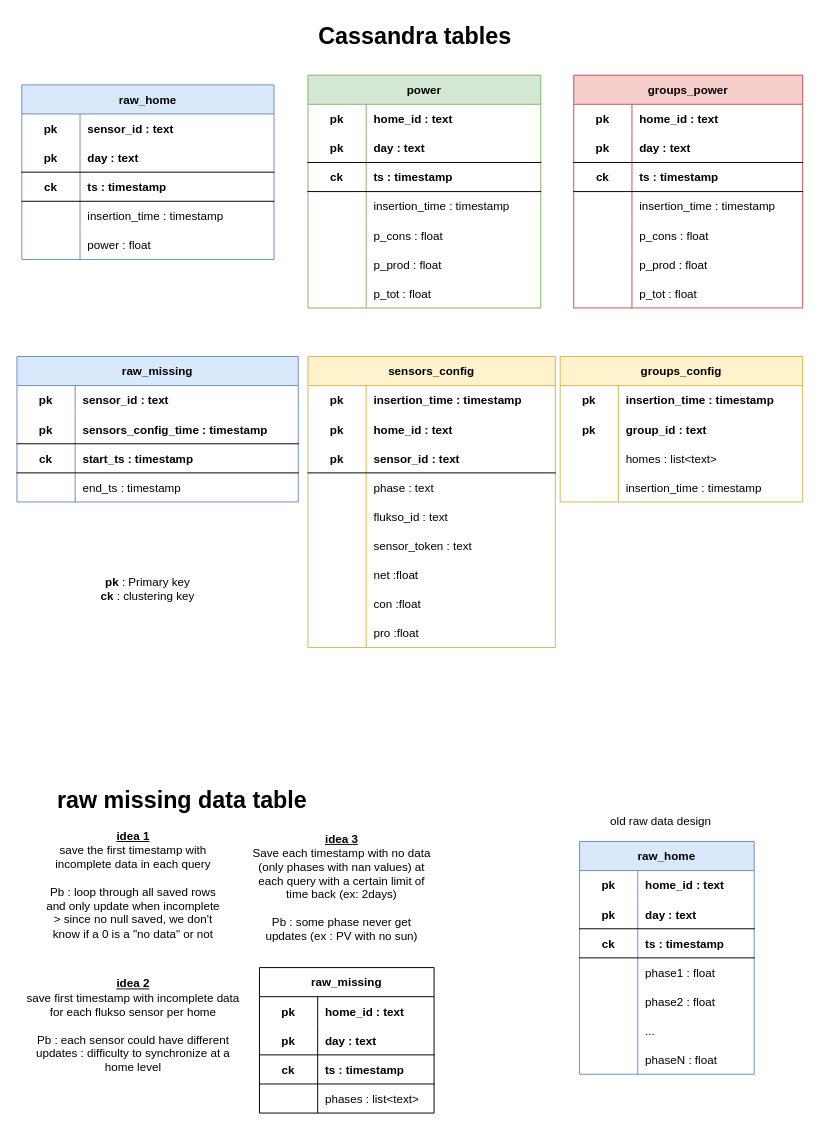
This is page "cassandra tables" (1 of 11) of documentation/documentation_diagrams.drawio from AlexandreHnf/Voisin-d-energie-ULB, a draw.io file, before an edit. Source tidied: cells renumbered, new cells numbered last; positions are measured from the earlier drawing's top-left corner, leaving out a move shared by most shapes. Both pictures are drawn from the tidied source at 97%, with x=0, y=0 at pixel (16, 16).
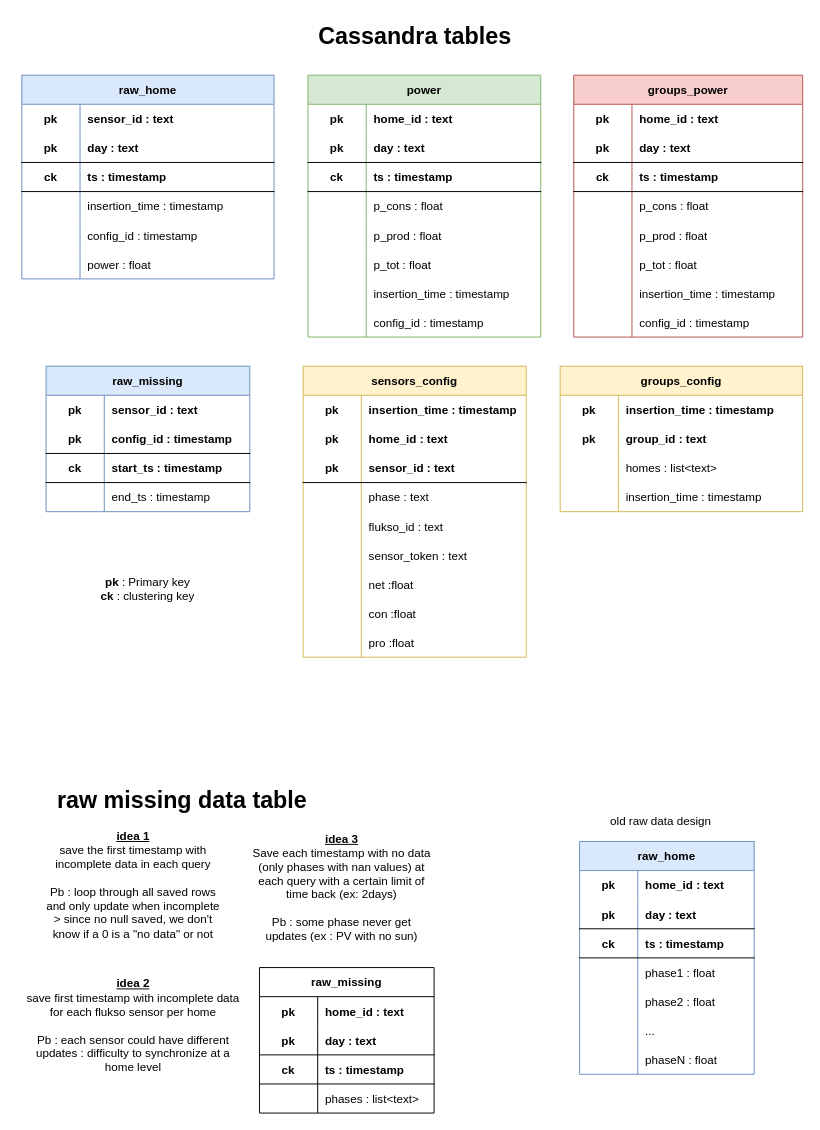
After the change.

Diff of the diagram source:
```diff
@@
     <mxCell id="24" value="power" style="shape=table;startSize=30;childLayout=tableLayout;rowLines=0;fontStyle=1;align=center;fillColor=#d5e8d4;strokeColor=#82b366;" parent="1" vertex="1">
-      <mxGeometry x="300" y="60" width="240" height="240" as="geometry" />
+      <mxGeometry x="300" y="60" width="240" height="270" as="geometry" />
     </mxCell>
@@
-    <mxCell id="34" style="shape=tableRow;horizontal=0;startSize=0;swimlaneHead=0;swimlaneBody=0;fillColor=none;top=0;left=0;right=0;bottom=0;" parent="24" vertex="1">
-      <mxGeometry y="120" width="240" height="30" as="geometry" />
-    </mxCell>
-    <mxCell id="35" style="shape=partialRectangle;fillColor=none;top=0;left=0;bottom=0;right=0;overflow=hidden;" parent="34" vertex="1">
-      <mxGeometry width="60" height="30" as="geometry" />
-    </mxCell>
-    <mxCell id="36" value="insertion_time : timestamp" style="shape=partialRectangle;fillColor=none;top=0;left=0;bottom=0;right=0;align=left;spacingLeft=6;overflow=hidden;" parent="34" vertex="1">
-      <mxGeometry x="60" width="180" height="30" as="geometry" />
-    </mxCell>
     <mxCell id="37" style="shape=tableRow;horizontal=0;startSize=0;swimlaneHead=0;swimlaneBody=0;fillColor=none;top=0;left=0;right=0;bottom=0;" parent="24" vertex="1">
-      <mxGeometry y="150" width="240" height="30" as="geometry" />
+      <mxGeometry y="120" width="240" height="30" as="geometry" />
     </mxCell>
@@
     <mxCell id="40" style="shape=tableRow;horizontal=0;startSize=0;swimlaneHead=0;swimlaneBody=0;fillColor=none;top=0;left=0;right=0;bottom=0;" parent="24" vertex="1">
-      <mxGeometry y="180" width="240" height="30" as="geometry" />
+      <mxGeometry y="150" width="240" height="30" as="geometry" />
     </mxCell>
@@
     <mxCell id="43" style="shape=tableRow;horizontal=0;startSize=0;swimlaneHead=0;swimlaneBody=0;fillColor=none;top=0;left=0;right=0;bottom=0;" parent="24" vertex="1">
-      <mxGeometry y="210" width="240" height="30" as="geometry" />
+      <mxGeometry y="180" width="240" height="30" as="geometry" />
     </mxCell>
@@
+    <mxCell id="34" style="shape=tableRow;horizontal=0;startSize=0;swimlaneHead=0;swimlaneBody=0;fillColor=none;top=0;left=0;right=0;bottom=0;" parent="24" vertex="1">
+      <mxGeometry y="210" width="240" height="30" as="geometry" />
+    </mxCell>
+    <mxCell id="35" style="shape=partialRectangle;fillColor=none;top=0;left=0;bottom=0;right=0;overflow=hidden;" parent="34" vertex="1">
+      <mxGeometry width="60" height="30" as="geometry" />
+    </mxCell>
+    <mxCell id="36" value="insertion_time : timestamp" style="shape=partialRectangle;fillColor=none;top=0;left=0;bottom=0;right=0;align=left;spacingLeft=6;overflow=hidden;" parent="34" vertex="1">
+      <mxGeometry x="60" width="180" height="30" as="geometry" />
+    </mxCell>
+    <mxCell id="158" style="shape=tableRow;horizontal=0;startSize=0;swimlaneHead=0;swimlaneBody=0;fillColor=none;top=0;left=0;right=0;bottom=0;" parent="24" vertex="1">
+      <mxGeometry y="240" width="240" height="30" as="geometry" />
+    </mxCell>
+    <mxCell id="159" style="shape=partialRectangle;fillColor=none;top=0;left=0;bottom=0;right=0;overflow=hidden;" parent="158" vertex="1">
+      <mxGeometry width="60" height="30" as="geometry" />
+    </mxCell>
+    <mxCell id="160" value="config_id : timestamp" style="shape=partialRectangle;fillColor=none;top=0;left=0;bottom=0;right=0;align=left;spacingLeft=6;overflow=hidden;" parent="158" vertex="1">
+      <mxGeometry x="60" width="180" height="30" as="geometry" />
+    </mxCell>
     <mxCell id="46" value="groups_power" style="shape=table;startSize=30;childLayout=tableLayout;rowLines=0;fontStyle=1;align=center;fillColor=#f8cecc;strokeColor=#b85450;" parent="1" vertex="1">
-      <mxGeometry x="574" y="60" width="236" height="240" as="geometry" />
+      <mxGeometry x="574" y="60" width="236" height="270" as="geometry" />
     </mxCell>
@@
-    <mxCell id="56" style="shape=tableRow;horizontal=0;startSize=0;swimlaneHead=0;swimlaneBody=0;fillColor=none;top=0;left=0;right=0;bottom=0;" parent="46" vertex="1">
-      <mxGeometry y="120" width="236" height="30" as="geometry" />
-    </mxCell>
-    <mxCell id="57" style="shape=partialRectangle;fillColor=none;top=0;left=0;bottom=0;right=0;overflow=hidden;" parent="56" vertex="1">
-      <mxGeometry width="60" height="30" as="geometry" />
-    </mxCell>
-    <mxCell id="58" value="insertion_time : timestamp" style="shape=partialRectangle;fillColor=none;top=0;left=0;bottom=0;right=0;align=left;spacingLeft=6;overflow=hidden;" parent="56" vertex="1">
-      <mxGeometry x="60" width="176" height="30" as="geometry" />
-    </mxCell>
     <mxCell id="59" style="shape=tableRow;horizontal=0;startSize=0;swimlaneHead=0;swimlaneBody=0;fillColor=none;top=0;left=0;right=0;bottom=0;" parent="46" vertex="1">
-      <mxGeometry y="150" width="236" height="30" as="geometry" />
+      <mxGeometry y="120" width="236" height="30" as="geometry" />
     </mxCell>
@@
     <mxCell id="62" style="shape=tableRow;horizontal=0;startSize=0;swimlaneHead=0;swimlaneBody=0;fillColor=none;top=0;left=0;right=0;bottom=0;" parent="46" vertex="1">
-      <mxGeometry y="180" width="236" height="30" as="geometry" />
+      <mxGeometry y="150" width="236" height="30" as="geometry" />
     </mxCell>
@@
     <mxCell id="65" style="shape=tableRow;horizontal=0;startSize=0;swimlaneHead=0;swimlaneBody=0;fillColor=none;top=0;left=0;right=0;bottom=0;" parent="46" vertex="1">
-      <mxGeometry y="210" width="236" height="30" as="geometry" />
+      <mxGeometry y="180" width="236" height="30" as="geometry" />
     </mxCell>
@@
+    <mxCell id="56" style="shape=tableRow;horizontal=0;startSize=0;swimlaneHead=0;swimlaneBody=0;fillColor=none;top=0;left=0;right=0;bottom=0;" parent="46" vertex="1">
+      <mxGeometry y="210" width="236" height="30" as="geometry" />
+    </mxCell>
+    <mxCell id="57" style="shape=partialRectangle;fillColor=none;top=0;left=0;bottom=0;right=0;overflow=hidden;" parent="56" vertex="1">
+      <mxGeometry width="60" height="30" as="geometry" />
+    </mxCell>
+    <mxCell id="58" value="insertion_time : timestamp" style="shape=partialRectangle;fillColor=none;top=0;left=0;bottom=0;right=0;align=left;spacingLeft=6;overflow=hidden;" parent="56" vertex="1">
+      <mxGeometry x="60" width="176" height="30" as="geometry" />
+    </mxCell>
+    <mxCell id="161" style="shape=tableRow;horizontal=0;startSize=0;swimlaneHead=0;swimlaneBody=0;fillColor=none;top=0;left=0;right=0;bottom=0;" parent="46" vertex="1">
+      <mxGeometry y="240" width="236" height="30" as="geometry" />
+    </mxCell>
+    <mxCell id="162" style="shape=partialRectangle;fillColor=none;top=0;left=0;bottom=0;right=0;overflow=hidden;" parent="161" vertex="1">
+      <mxGeometry width="60" height="30" as="geometry" />
+    </mxCell>
+    <mxCell id="163" value="config_id : timestamp" style="shape=partialRectangle;fillColor=none;top=0;left=0;bottom=0;right=0;align=left;spacingLeft=6;overflow=hidden;" parent="161" vertex="1">
+      <mxGeometry x="60" width="176" height="30" as="geometry" />
+    </mxCell>
@@
     <mxCell id="86" value="sensors_config" style="shape=table;startSize=30;childLayout=tableLayout;rowLines=0;fontStyle=1;align=center;fillColor=#fff2cc;strokeColor=#d6b656;" parent="1" vertex="1">
-      <mxGeometry x="300" y="350" width="255" height="300" as="geometry" />
+      <mxGeometry x="295" y="360" width="230" height="300" as="geometry" />
     </mxCell>
     <mxCell id="87" style="shape=tableRow;horizontal=0;startSize=0;swimlaneHead=0;swimlaneBody=0;fillColor=none;top=0;left=0;right=0;bottom=0;" parent="86" vertex="1">
-      <mxGeometry y="30" width="255" height="30" as="geometry" />
+      <mxGeometry y="30" width="230" height="30" as="geometry" />
     </mxCell>
@@
     <mxCell id="89" value="insertion_time : timestamp" style="shape=partialRectangle;fillColor=none;top=0;left=0;bottom=0;right=0;align=left;spacingLeft=6;fontStyle=1;overflow=hidden;" parent="87" vertex="1">
-      <mxGeometry x="60" width="195" height="30" as="geometry" />
+      <mxGeometry x="60" width="170" height="30" as="geometry" />
     </mxCell>
     <mxCell id="90" style="shape=tableRow;horizontal=0;startSize=0;swimlaneHead=0;swimlaneBody=0;fillColor=none;top=0;left=0;right=0;bottom=0;" parent="86" vertex="1">
-      <mxGeometry y="60" width="255" height="30" as="geometry" />
+      <mxGeometry y="60" width="230" height="30" as="geometry" />
     </mxCell>
@@
     <mxCell id="92" value="home_id : text" style="shape=partialRectangle;fillColor=none;top=0;left=0;bottom=0;right=0;align=left;spacingLeft=6;fontStyle=1;overflow=hidden;" parent="90" vertex="1">
-      <mxGeometry x="60" width="195" height="30" as="geometry" />
+      <mxGeometry x="60" width="170" height="30" as="geometry" />
     </mxCell>
     <mxCell id="93" style="shape=tableRow;horizontal=0;startSize=0;swimlaneHead=0;swimlaneBody=0;fillColor=none;top=0;left=0;right=0;bottom=1;" parent="86" vertex="1">
-      <mxGeometry y="90" width="255" height="30" as="geometry" />
+      <mxGeometry y="90" width="230" height="30" as="geometry" />
     </mxCell>
@@
     <mxCell id="95" value="sensor_id : text" style="shape=partialRectangle;fillColor=none;top=0;left=0;bottom=0;right=0;align=left;spacingLeft=6;fontStyle=1;overflow=hidden;" parent="93" vertex="1">
-      <mxGeometry x="60" width="195" height="30" as="geometry" />
+      <mxGeometry x="60" width="170" height="30" as="geometry" />
     </mxCell>
     <mxCell id="96" style="shape=tableRow;horizontal=0;startSize=0;swimlaneHead=0;swimlaneBody=0;fillColor=none;top=0;left=0;right=0;bottom=0;" parent="86" vertex="1">
-      <mxGeometry y="120" width="255" height="30" as="geometry" />
+      <mxGeometry y="120" width="230" height="30" as="geometry" />
     </mxCell>
@@
     <mxCell id="98" value="phase : text" style="shape=partialRectangle;fillColor=none;top=0;left=0;bottom=0;right=0;align=left;spacingLeft=6;overflow=hidden;" parent="96" vertex="1">
-      <mxGeometry x="60" width="195" height="30" as="geometry" />
+      <mxGeometry x="60" width="170" height="30" as="geometry" />
     </mxCell>
     <mxCell id="99" style="shape=tableRow;horizontal=0;startSize=0;swimlaneHead=0;swimlaneBody=0;fillColor=none;top=0;left=0;right=0;bottom=0;" parent="86" vertex="1">
-      <mxGeometry y="150" width="255" height="30" as="geometry" />
+      <mxGeometry y="150" width="230" height="30" as="geometry" />
     </mxCell>
@@
     <mxCell id="101" value="flukso_id : text" style="shape=partialRectangle;fillColor=none;top=0;left=0;bottom=0;right=0;align=left;spacingLeft=6;overflow=hidden;" parent="99" vertex="1">
-      <mxGeometry x="60" width="195" height="30" as="geometry" />
+      <mxGeometry x="60" width="170" height="30" as="geometry" />
     </mxCell>
     <mxCell id="102" style="shape=tableRow;horizontal=0;startSize=0;swimlaneHead=0;swimlaneBody=0;fillColor=none;top=0;left=0;right=0;bottom=0;" parent="86" vertex="1">
-      <mxGeometry y="180" width="255" height="30" as="geometry" />
+      <mxGeometry y="180" width="230" height="30" as="geometry" />
     </mxCell>
@@
     <mxCell id="104" value="sensor_token : text" style="shape=partialRectangle;fillColor=none;top=0;left=0;bottom=0;right=0;align=left;spacingLeft=6;overflow=hidden;" parent="102" vertex="1">
-      <mxGeometry x="60" width="195" height="30" as="geometry" />
+      <mxGeometry x="60" width="170" height="30" as="geometry" />
     </mxCell>
     <mxCell id="105" style="shape=tableRow;horizontal=0;startSize=0;swimlaneHead=0;swimlaneBody=0;fillColor=none;top=0;left=0;right=0;bottom=0;" parent="86" vertex="1">
-      <mxGeometry y="210" width="255" height="30" as="geometry" />
+      <mxGeometry y="210" width="230" height="30" as="geometry" />
     </mxCell>
@@
     <mxCell id="107" value="net :float" style="shape=partialRectangle;fillColor=none;top=0;left=0;bottom=0;right=0;align=left;spacingLeft=6;overflow=hidden;" parent="105" vertex="1">
-      <mxGeometry x="60" width="195" height="30" as="geometry" />
+      <mxGeometry x="60" width="170" height="30" as="geometry" />
     </mxCell>
     <mxCell id="108" style="shape=tableRow;horizontal=0;startSize=0;swimlaneHead=0;swimlaneBody=0;fillColor=none;top=0;left=0;right=0;bottom=0;" parent="86" vertex="1">
-      <mxGeometry y="240" width="255" height="30" as="geometry" />
+      <mxGeometry y="240" width="230" height="30" as="geometry" />
     </mxCell>
@@
     <mxCell id="110" value="con :float" style="shape=partialRectangle;fillColor=none;top=0;left=0;bottom=0;right=0;align=left;spacingLeft=6;overflow=hidden;" parent="108" vertex="1">
-      <mxGeometry x="60" width="195" height="30" as="geometry" />
+      <mxGeometry x="60" width="170" height="30" as="geometry" />
     </mxCell>
     <mxCell id="111" style="shape=tableRow;horizontal=0;startSize=0;swimlaneHead=0;swimlaneBody=0;fillColor=none;top=0;left=0;right=0;bottom=0;" parent="86" vertex="1">
-      <mxGeometry y="270" width="255" height="30" as="geometry" />
+      <mxGeometry y="270" width="230" height="30" as="geometry" />
     </mxCell>
@@
     <mxCell id="113" value="pro :float" style="shape=partialRectangle;fillColor=none;top=0;left=0;bottom=0;right=0;align=left;spacingLeft=6;overflow=hidden;" parent="111" vertex="1">
-      <mxGeometry x="60" width="195" height="30" as="geometry" />
+      <mxGeometry x="60" width="170" height="30" as="geometry" />
     </mxCell>
     <mxCell id="114" value="groups_config" style="shape=table;startSize=30;childLayout=tableLayout;rowLines=0;fontStyle=1;align=center;fillColor=#fff2cc;strokeColor=#d6b656;" parent="1" vertex="1">
-      <mxGeometry x="560" y="350" width="250" height="150" as="geometry" />
+      <mxGeometry x="560" y="360" width="250" height="150" as="geometry" />
     </mxCell>
@@
     <mxCell id="128" value="raw_home" style="shape=table;startSize=30;childLayout=tableLayout;rowLines=0;fontStyle=1;align=center;fillColor=#dae8fc;strokeColor=#6c8ebf;" parent="1" vertex="1">
-      <mxGeometry x="5" y="70" width="260" height="180" as="geometry" />
+      <mxGeometry x="5" y="60" width="260" height="210" as="geometry" />
     </mxCell>
@@
+    <mxCell id="164" style="shape=tableRow;horizontal=0;startSize=0;swimlaneHead=0;swimlaneBody=0;fillColor=none;top=0;left=0;right=0;bottom=0;" parent="128" vertex="1">
+      <mxGeometry y="150" width="260" height="30" as="geometry" />
+    </mxCell>
+    <mxCell id="165" style="shape=partialRectangle;fillColor=none;top=0;left=0;bottom=0;right=0;overflow=hidden;" parent="164" vertex="1">
+      <mxGeometry width="60" height="30" as="geometry" />
+    </mxCell>
+    <mxCell id="166" value="config_id : timestamp" style="shape=partialRectangle;fillColor=none;top=0;left=0;bottom=0;right=0;align=left;spacingLeft=6;overflow=hidden;" parent="164" vertex="1">
+      <mxGeometry x="60" width="200" height="30" as="geometry" />
+    </mxCell>
     <mxCell id="141" style="shape=tableRow;horizontal=0;startSize=0;swimlaneHead=0;swimlaneBody=0;fillColor=none;top=0;left=0;right=0;bottom=0;" parent="128" vertex="1">
-      <mxGeometry y="150" width="260" height="30" as="geometry" />
+      <mxGeometry y="180" width="260" height="30" as="geometry" />
     </mxCell>
@@
     <mxCell id="145" value="raw_missing" style="shape=table;startSize=30;childLayout=tableLayout;rowLines=0;fontStyle=1;align=center;fillColor=#dae8fc;strokeColor=#6c8ebf;" parent="1" vertex="1">
-      <mxGeometry y="350" width="290" height="150" as="geometry" />
+      <mxGeometry x="30" y="360" width="210" height="150" as="geometry" />
     </mxCell>
     <mxCell id="146" style="shape=tableRow;horizontal=0;startSize=0;swimlaneHead=0;swimlaneBody=0;fillColor=none;top=0;left=0;right=0;bottom=0;" parent="145" vertex="1">
-      <mxGeometry y="30" width="290" height="30" as="geometry" />
+      <mxGeometry y="30" width="210" height="30" as="geometry" />
     </mxCell>
@@
     <mxCell id="148" value="sensor_id : text" style="shape=partialRectangle;fillColor=none;top=0;left=0;bottom=0;right=0;align=left;spacingLeft=6;fontStyle=1;overflow=hidden;" parent="146" vertex="1">
-      <mxGeometry x="60" width="230" height="30" as="geometry" />
+      <mxGeometry x="60" width="150" height="30" as="geometry" />
     </mxCell>
     <mxCell id="149" style="shape=tableRow;horizontal=0;startSize=0;swimlaneHead=0;swimlaneBody=0;fillColor=none;top=0;left=0;right=0;bottom=1;" parent="145" vertex="1">
-      <mxGeometry y="60" width="290" height="30" as="geometry" />
+      <mxGeometry y="60" width="210" height="30" as="geometry" />
     </mxCell>
@@
-    <mxCell id="151" value="sensors_config_time : timestamp" style="shape=partialRectangle;fillColor=none;top=0;left=0;bottom=0;right=0;align=left;spacingLeft=6;fontStyle=1;overflow=hidden;" parent="149" vertex="1">
-      <mxGeometry x="60" width="230" height="30" as="geometry" />
+    <mxCell id="151" value="config_id : timestamp" style="shape=partialRectangle;fillColor=none;top=0;left=0;bottom=0;right=0;align=left;spacingLeft=6;fontStyle=1;overflow=hidden;" parent="149" vertex="1">
+      <mxGeometry x="60" width="150" height="30" as="geometry" />
     </mxCell>
     <mxCell id="152" style="shape=tableRow;horizontal=0;startSize=0;swimlaneHead=0;swimlaneBody=0;fillColor=none;top=0;left=0;right=0;bottom=1;" parent="145" vertex="1">
-      <mxGeometry y="90" width="290" height="30" as="geometry" />
+      <mxGeometry y="90" width="210" height="30" as="geometry" />
     </mxCell>
@@
     <mxCell id="154" value="start_ts : timestamp" style="shape=partialRectangle;fillColor=none;top=0;left=0;bottom=0;right=0;align=left;spacingLeft=6;fontStyle=1;overflow=hidden;" parent="152" vertex="1">
-      <mxGeometry x="60" width="230" height="30" as="geometry" />
+      <mxGeometry x="60" width="150" height="30" as="geometry" />
     </mxCell>
     <mxCell id="155" style="shape=tableRow;horizontal=0;startSize=0;swimlaneHead=0;swimlaneBody=0;fillColor=none;top=0;left=0;right=0;bottom=0;" parent="145" vertex="1">
-      <mxGeometry y="120" width="290" height="30" as="geometry" />
+      <mxGeometry y="120" width="210" height="30" as="geometry" />
     </mxCell>
@@
     <mxCell id="157" value="end_ts : timestamp" style="shape=partialRectangle;fillColor=none;top=0;left=0;bottom=0;right=0;align=left;spacingLeft=6;overflow=hidden;" parent="155" vertex="1">
-      <mxGeometry x="60" width="230" height="30" as="geometry" />
+      <mxGeometry x="60" width="150" height="30" as="geometry" />
     </mxCell>
```
